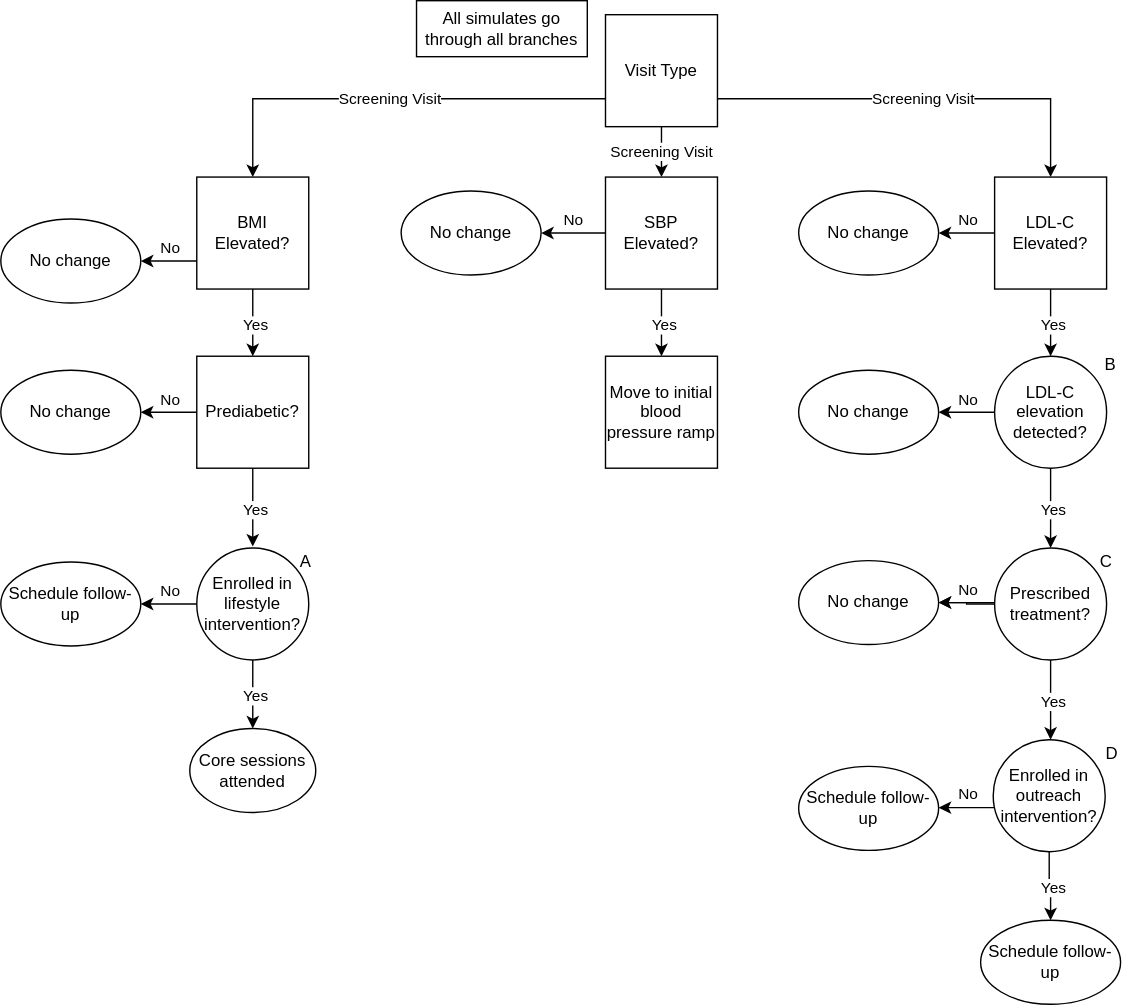
ihmeuw/vivarium_research keeps this draw.io diagram as docs/source/concept_models/vivarium_us_cvd/decision_tree_screening.svg. Above is the earlier version. Source tidied: cells renumbered, new cells last; positions are measured from the earlier drawing's top-left corner, leaving out a move shared by most shapes.
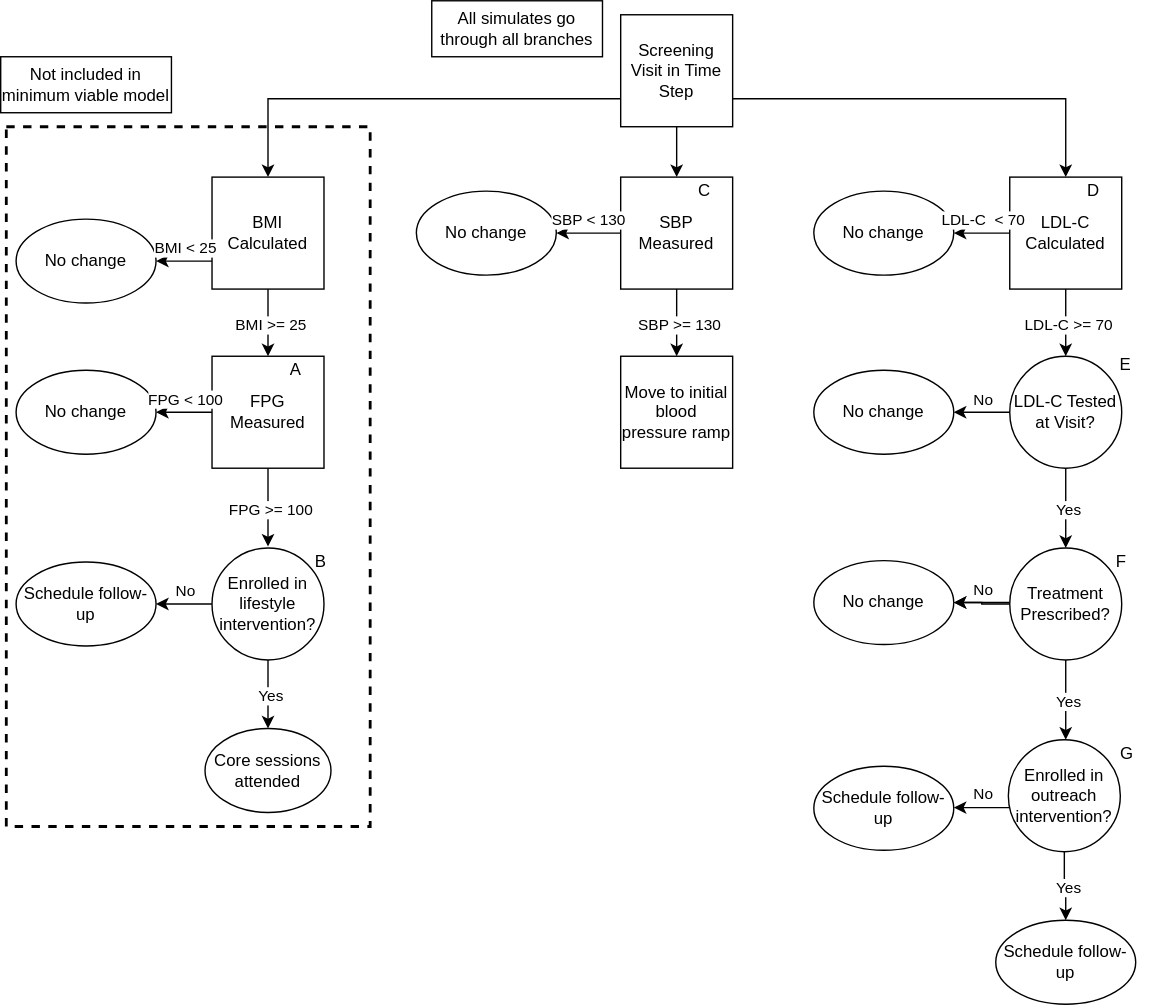
After the change.

Diff of the diagram source:
```diff
@@ -2,40 +2,43 @@
   <root>
     <mxCell id="0" />
     <mxCell id="1" parent="0" />
+    <mxCell id="63" style="rounded=0;whiteSpace=wrap;html=1;dashed=1;strokeColor=#000000;fillColor=none;strokeWidth=2;" parent="1" vertex="1">
+      <mxGeometry x="-7" y="90" width="260" height="500" as="geometry" />
+    </mxCell>
     <mxCell id="2" style="edgeStyle=orthogonalEdgeStyle;rounded=0;jettySize=auto;html=1;exitX=0.5;exitY=1;exitDx=0;exitDy=0;entryX=0.5;entryY=0;entryDx=0;entryDy=0;" parent="1" edge="1" source="4" target="17">
       <mxGeometry relative="1" as="geometry" />
     </mxCell>
-    <mxCell id="3" value="Yes" style="edgeLabel;html=1;align=center;verticalAlign=middle;" parent="2" vertex="1">
+    <mxCell id="3" value="BMI &amp;gt;= 25" style="edgeLabel;html=1;align=center;verticalAlign=middle;" parent="2" vertex="1">
       <mxGeometry x="0.02" y="1" relative="1" as="geometry" />
     </mxCell>
-    <mxCell id="4" value="BMI Elevated?" style="whiteSpace=wrap;html=1;" parent="1" vertex="1">
+    <mxCell id="4" value="BMI Calculated" style="whiteSpace=wrap;html=1;" parent="1" vertex="1">
       <mxGeometry x="140" y="126" width="80" height="80" as="geometry" />
     </mxCell>
     <mxCell id="5" value="No change" style="ellipse;whiteSpace=wrap;html=1;" parent="1" vertex="1">
       <mxGeometry y="156" width="100" height="60" as="geometry" />
     </mxCell>
-    <mxCell id="6" value="Screening Visit" style="edgeStyle=orthogonalEdgeStyle;rounded=0;jettySize=auto;html=1;exitX=0.5;exitY=1;exitDx=0;exitDy=0;entryX=0.5;entryY=0;entryDx=0;entryDy=0;" parent="1" edge="1" source="7" target="10">
+    <mxCell id="6" style="edgeStyle=orthogonalEdgeStyle;rounded=0;jettySize=auto;html=1;exitX=0.5;exitY=1;exitDx=0;exitDy=0;entryX=0.5;entryY=0;entryDx=0;entryDy=0;" parent="1" edge="1" source="7" target="10">
       <mxGeometry relative="1" as="geometry" />
     </mxCell>
-    <mxCell id="7" value="Visit Type" style="whiteSpace=wrap;html=1;" parent="1" vertex="1">
+    <mxCell id="7" value="Screening Visit in Time Step" style="whiteSpace=wrap;html=1;" parent="1" vertex="1">
       <mxGeometry x="432" y="10" width="80" height="80" as="geometry" />
     </mxCell>
     <mxCell id="8" value="Enrolled in lifestyle intervention?" style="ellipse;whiteSpace=wrap;html=1;" parent="1" vertex="1">
       <mxGeometry x="140" y="391" width="80" height="80" as="geometry" />
     </mxCell>
-    <mxCell id="9" value="Screening Visit" style="edgeStyle=orthogonalEdgeStyle;rounded=0;jettySize=auto;html=1;exitX=0;exitY=0.75;exitDx=0;exitDy=0;entryX=0.5;entryY=0;entryDx=0;entryDy=0;" parent="1" edge="1" source="7" target="4">
+    <mxCell id="9" style="edgeStyle=orthogonalEdgeStyle;rounded=0;jettySize=auto;html=1;exitX=0;exitY=0.75;exitDx=0;exitDy=0;entryX=0.5;entryY=0;entryDx=0;entryDy=0;" parent="1" edge="1" source="7" target="4">
       <mxGeometry relative="1" as="geometry" />
     </mxCell>
-    <mxCell id="10" value="SBP Elevated?" style="whiteSpace=wrap;html=1;" parent="1" vertex="1">
+    <mxCell id="10" value="SBP Measured" style="whiteSpace=wrap;html=1;" parent="1" vertex="1">
       <mxGeometry x="432" y="126" width="80" height="80" as="geometry" />
     </mxCell>
-    <mxCell id="11" value="Screening Visit" style="edgeStyle=orthogonalEdgeStyle;rounded=0;jettySize=auto;html=1;exitX=1;exitY=0.75;exitDx=0;exitDy=0;entryX=0.5;entryY=0;entryDx=0;entryDy=0;" parent="1" edge="1" source="7" target="13">
+    <mxCell id="11" style="edgeStyle=orthogonalEdgeStyle;rounded=0;jettySize=auto;html=1;exitX=1;exitY=0.75;exitDx=0;exitDy=0;entryX=0.5;entryY=0;entryDx=0;entryDy=0;" parent="1" edge="1" source="7" target="13">
       <mxGeometry relative="1" as="geometry" />
     </mxCell>
-    <mxCell id="12" value="A" style="text;html=1;strokeColor=none;fillColor=none;align=center;verticalAlign=middle;whiteSpace=wrap;rounded=0;" parent="1" vertex="1">
+    <mxCell id="12" value="B" style="text;html=1;strokeColor=none;fillColor=none;align=center;verticalAlign=middle;whiteSpace=wrap;rounded=0;" parent="1" vertex="1">
       <mxGeometry x="198" y="391" width="40" height="20" as="geometry" />
     </mxCell>
-    <mxCell id="13" value="LDL-C Elevated?" style="whiteSpace=wrap;html=1;" parent="1" vertex="1">
+    <mxCell id="13" value="LDL-C Calculated" style="whiteSpace=wrap;html=1;" parent="1" vertex="1">
       <mxGeometry x="710" y="126" width="80" height="80" as="geometry" />
     </mxCell>
     <mxCell id="14" value="All simulates go through all branches" style="rounded=0;whiteSpace=wrap;html=1;" parent="1" vertex="1">
@@ -44,12 +47,12 @@
     <mxCell id="15" style="edgeStyle=orthogonalEdgeStyle;rounded=0;jettySize=auto;html=1;exitX=0;exitY=0.75;exitDx=0;exitDy=0;entryX=1;entryY=0.5;entryDx=0;entryDy=0;" parent="1" edge="1" source="4" target="5">
       <mxGeometry relative="1" as="geometry" />
     </mxCell>
-    <mxCell id="16" value="No" style="edgeLabel;html=1;align=center;verticalAlign=middle;" parent="15" vertex="1">
+    <mxCell id="16" value="BMI &amp;lt; 25" style="edgeLabel;html=1;align=center;verticalAlign=middle;" parent="15" vertex="1">
       <mxGeometry x="0.4" y="-1" relative="1" as="geometry">
         <mxPoint x="8" y="-9" as="offset" />
       </mxGeometry>
     </mxCell>
-    <mxCell id="17" value="Prediabetic?" style="whiteSpace=wrap;html=1;" parent="1" vertex="1">
+    <mxCell id="17" value="FPG Measured" style="whiteSpace=wrap;html=1;" parent="1" vertex="1">
       <mxGeometry x="140" y="254" width="80" height="80" as="geometry" />
     </mxCell>
     <mxCell id="18" style="edgeStyle=orthogonalEdgeStyle;rounded=0;jettySize=auto;html=1;exitX=0.5;exitY=1;exitDx=0;exitDy=0;" parent="1" edge="1" source="17">
@@ -57,7 +60,7 @@
         <mxPoint x="180" y="390" as="targetPoint" />
       </mxGeometry>
     </mxCell>
-    <mxCell id="19" value="Yes" style="edgeLabel;html=1;align=center;verticalAlign=middle;" parent="18" vertex="1">
+    <mxCell id="19" value="FPG &amp;gt;= 100" style="edgeLabel;html=1;align=center;verticalAlign=middle;" parent="18" vertex="1">
       <mxGeometry x="0.02" y="1" relative="1" as="geometry" />
     </mxCell>
     <mxCell id="20" value="No change" style="ellipse;whiteSpace=wrap;html=1;" parent="1" vertex="1">
@@ -69,7 +72,7 @@
     <mxCell id="22" style="edgeStyle=orthogonalEdgeStyle;rounded=0;jettySize=auto;html=1;exitX=0;exitY=0.5;exitDx=0;exitDy=0;entryX=1;entryY=0.5;entryDx=0;entryDy=0;" parent="1" edge="1" source="17" target="20">
       <mxGeometry relative="1" as="geometry" />
     </mxCell>
-    <mxCell id="23" value="No" style="edgeLabel;html=1;align=center;verticalAlign=middle;" parent="22" vertex="1">
+    <mxCell id="23" value="FPG &amp;lt; 100" style="edgeLabel;html=1;align=center;verticalAlign=middle;" parent="22" vertex="1">
       <mxGeometry x="0.4" y="-1" relative="1" as="geometry">
         <mxPoint x="8" y="-9" as="offset" />
       </mxGeometry>
@@ -82,16 +85,16 @@
         <mxPoint x="8" y="-9" as="offset" />
       </mxGeometry>
     </mxCell>
-    <mxCell id="26" value="LDL-C elevation detected?" style="ellipse;whiteSpace=wrap;html=1;" parent="1" vertex="1">
+    <mxCell id="26" value="LDL-C Tested at Visit?" style="ellipse;whiteSpace=wrap;html=1;" parent="1" vertex="1">
       <mxGeometry x="710" y="254" width="80" height="80" as="geometry" />
     </mxCell>
-    <mxCell id="27" value="B" style="text;html=1;strokeColor=none;fillColor=none;align=center;verticalAlign=middle;whiteSpace=wrap;rounded=0;" parent="1" vertex="1">
+    <mxCell id="27" value="E" style="text;html=1;strokeColor=none;fillColor=none;align=center;verticalAlign=middle;whiteSpace=wrap;rounded=0;" parent="1" vertex="1">
       <mxGeometry x="773" y="250" width="40" height="20" as="geometry" />
     </mxCell>
     <mxCell id="28" style="edgeStyle=orthogonalEdgeStyle;rounded=0;jettySize=auto;html=1;exitX=0.5;exitY=1;exitDx=0;exitDy=0;entryX=0.5;entryY=0;entryDx=0;entryDy=0;" parent="1" edge="1" source="10" target="52">
       <mxGeometry relative="1" as="geometry" />
     </mxCell>
-    <mxCell id="29" value="Yes" style="edgeLabel;html=1;align=center;verticalAlign=middle;" parent="28" vertex="1">
+    <mxCell id="29" value="SBP &amp;gt;= 130" style="edgeLabel;html=1;align=center;verticalAlign=middle;" parent="28" vertex="1">
       <mxGeometry x="0.02" y="1" relative="1" as="geometry" />
     </mxCell>
     <mxCell id="30" style="edgeStyle=orthogonalEdgeStyle;rounded=0;jettySize=auto;html=1;exitX=0.5;exitY=1;exitDx=0;exitDy=0;" parent="1" edge="1" source="8">
@@ -105,7 +108,7 @@
     <mxCell id="32" style="edgeStyle=orthogonalEdgeStyle;rounded=0;jettySize=auto;html=1;exitX=0.5;exitY=1;exitDx=0;exitDy=0;entryX=0.5;entryY=0;entryDx=0;entryDy=0;" parent="1" edge="1" source="13" target="26">
       <mxGeometry relative="1" as="geometry" />
     </mxCell>
-    <mxCell id="33" value="Yes" style="edgeLabel;html=1;align=center;verticalAlign=middle;" parent="32" vertex="1">
+    <mxCell id="33" value="LDL-C &amp;gt;= 70" style="edgeLabel;html=1;align=center;verticalAlign=middle;" parent="32" vertex="1">
       <mxGeometry x="0.02" y="1" relative="1" as="geometry" />
     </mxCell>
     <mxCell id="34" style="edgeStyle=orthogonalEdgeStyle;rounded=0;jettySize=auto;html=1;exitX=0.5;exitY=1;exitDx=0;exitDy=0;entryX=0.5;entryY=0;entryDx=0;entryDy=0;" parent="1" edge="1" source="26">
@@ -119,10 +122,10 @@
     <mxCell id="36" style="edgeStyle=orthogonalEdgeStyle;rounded=0;jettySize=auto;html=1;" parent="1" edge="1" source="37" target="50">
       <mxGeometry relative="1" as="geometry" />
     </mxCell>
-    <mxCell id="37" value="Prescribed treatment?" style="ellipse;whiteSpace=wrap;html=1;" parent="1" vertex="1">
+    <mxCell id="37" value="Treatment Prescribed?" style="ellipse;whiteSpace=wrap;html=1;" parent="1" vertex="1">
       <mxGeometry x="710" y="391" width="80" height="80" as="geometry" />
     </mxCell>
-    <mxCell id="38" value="C" style="text;html=1;strokeColor=none;fillColor=none;align=center;verticalAlign=middle;whiteSpace=wrap;rounded=0;" parent="1" vertex="1">
+    <mxCell id="38" value="F" style="text;html=1;strokeColor=none;fillColor=none;align=center;verticalAlign=middle;whiteSpace=wrap;rounded=0;" parent="1" vertex="1">
       <mxGeometry x="770" y="391" width="40" height="20" as="geometry" />
     </mxCell>
     <mxCell id="39" value="No change" style="ellipse;whiteSpace=wrap;html=1;" parent="1" vertex="1">
@@ -134,7 +137,7 @@
     <mxCell id="41" style="edgeStyle=orthogonalEdgeStyle;rounded=0;jettySize=auto;html=1;exitX=0;exitY=0.5;exitDx=0;exitDy=0;entryX=1;entryY=0.5;entryDx=0;entryDy=0;" parent="1" edge="1" source="10" target="39">
       <mxGeometry relative="1" as="geometry" />
     </mxCell>
-    <mxCell id="42" value="No" style="edgeLabel;html=1;align=center;verticalAlign=middle;" parent="41" vertex="1">
+    <mxCell id="42" value="SBP &amp;lt; 130" style="edgeLabel;html=1;align=center;verticalAlign=middle;" parent="41" vertex="1">
       <mxGeometry x="0.4" y="-1" relative="1" as="geometry">
         <mxPoint x="8" y="-9" as="offset" />
       </mxGeometry>
@@ -142,7 +145,7 @@
     <mxCell id="43" style="edgeStyle=orthogonalEdgeStyle;rounded=0;jettySize=auto;html=1;exitX=0;exitY=0.5;exitDx=0;exitDy=0;entryX=1;entryY=0.5;entryDx=0;entryDy=0;" parent="1" edge="1" source="13" target="40">
       <mxGeometry relative="1" as="geometry" />
     </mxCell>
-    <mxCell id="44" value="No" style="edgeLabel;html=1;align=center;verticalAlign=middle;" parent="43" vertex="1">
+    <mxCell id="44" value="LDL-C&amp;nbsp; &amp;lt; 70" style="edgeLabel;html=1;align=center;verticalAlign=middle;" parent="43" vertex="1">
       <mxGeometry x="0.4" y="-1" relative="1" as="geometry">
         <mxPoint x="8" y="-9" as="offset" />
       </mxGeometry>
@@ -194,7 +197,7 @@
     <mxCell id="56" value="Enrolled in outreach intervention?" style="ellipse;whiteSpace=wrap;html=1;" parent="1" vertex="1">
       <mxGeometry x="709" y="528" width="80" height="80" as="geometry" />
     </mxCell>
-    <mxCell id="57" value="D" style="text;html=1;strokeColor=none;fillColor=none;align=center;verticalAlign=middle;whiteSpace=wrap;rounded=0;" parent="1" vertex="1">
+    <mxCell id="57" value="G" style="text;html=1;strokeColor=none;fillColor=none;align=center;verticalAlign=middle;whiteSpace=wrap;rounded=0;" parent="1" vertex="1">
       <mxGeometry x="774" y="528" width="40" height="20" as="geometry" />
     </mxCell>
     <mxCell id="58" style="edgeStyle=orthogonalEdgeStyle;rounded=0;jettySize=auto;html=1;exitX=0.5;exitY=1;exitDx=0;exitDy=0;entryX=0.5;entryY=0;entryDx=0;entryDy=0;" parent="1" edge="1" source="56" target="55">
@@ -217,5 +220,17 @@
         <mxPoint x="8" y="-9" as="offset" />
       </mxGeometry>
     </mxCell>
+    <mxCell id="64" value="Not included in minimum viable model" style="rounded=0;whiteSpace=wrap;html=1;" parent="1" vertex="1">
+      <mxGeometry x="-11" y="40" width="122" height="40" as="geometry" />
+    </mxCell>
+    <mxCell id="65" value="A" style="text;html=1;strokeColor=none;fillColor=none;align=center;verticalAlign=middle;whiteSpace=wrap;rounded=0;" parent="1" vertex="1">
+      <mxGeometry x="180" y="254" width="40" height="20" as="geometry" />
+    </mxCell>
+    <mxCell id="66" value="C" style="text;html=1;strokeColor=none;fillColor=none;align=center;verticalAlign=middle;whiteSpace=wrap;rounded=0;" parent="1" vertex="1">
+      <mxGeometry x="472" y="126" width="40" height="20" as="geometry" />
+    </mxCell>
+    <mxCell id="67" value="D" style="text;html=1;strokeColor=none;fillColor=none;align=center;verticalAlign=middle;whiteSpace=wrap;rounded=0;" parent="1" vertex="1">
+      <mxGeometry x="750" y="126" width="40" height="20" as="geometry" />
+    </mxCell>
   </root>
 </mxGraphModel>
```
